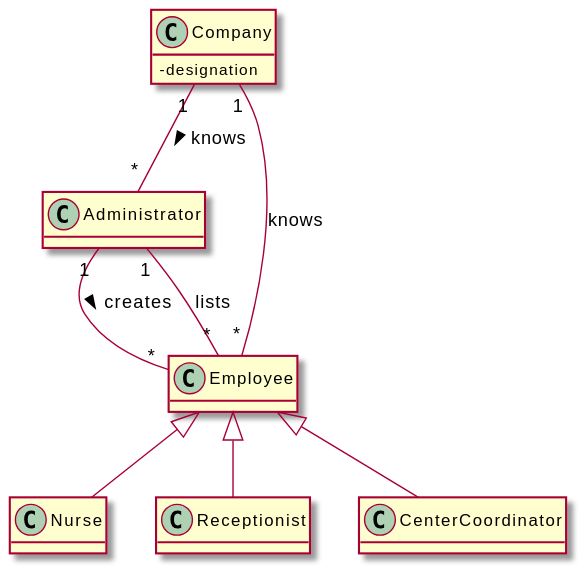
This is docs/SprintB/US11/DM/US11_DM.svg from miseEnPlace-i/lapr2, a PlantUML export, as it was before one commit.
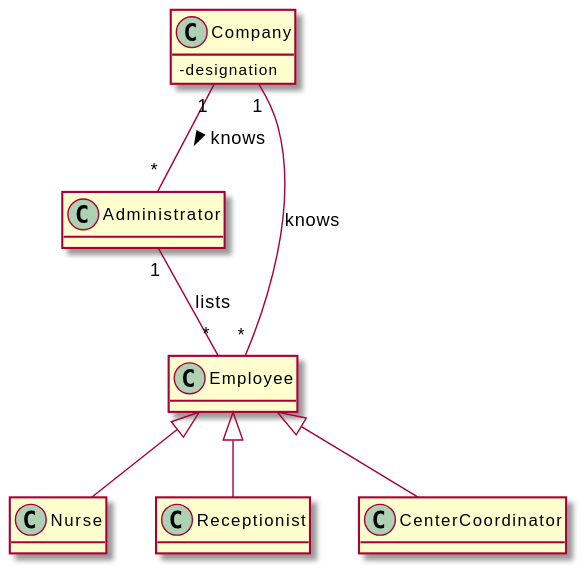
The same file after the commit.

Commit message:
docs(US11): fixed SD using employee store

What changed in the source:
```diff
@@ -11,7 +11,6 @@
   - designation
 }
 
-Administrator "1" -- "*" Employee : creates >
 Administrator "1" -- "*" Employee : lists
 
 Company "1" -- "*" Administrator : knows  >
```
